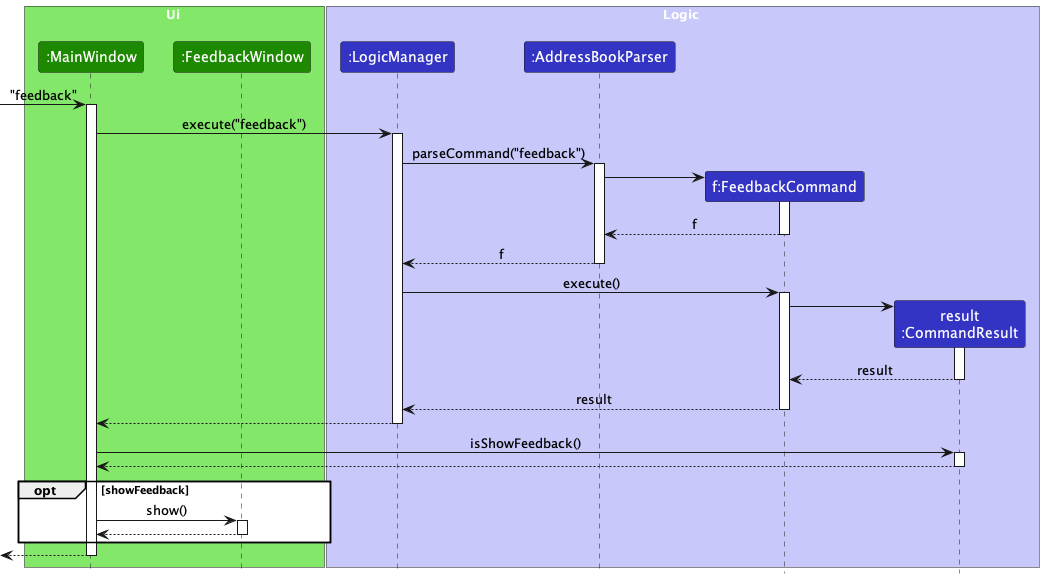
tanteckfang/tp keeps this PlantUML diagram as docs/images/FeedbackSequenceDiagram.png. Above is the earlier version.
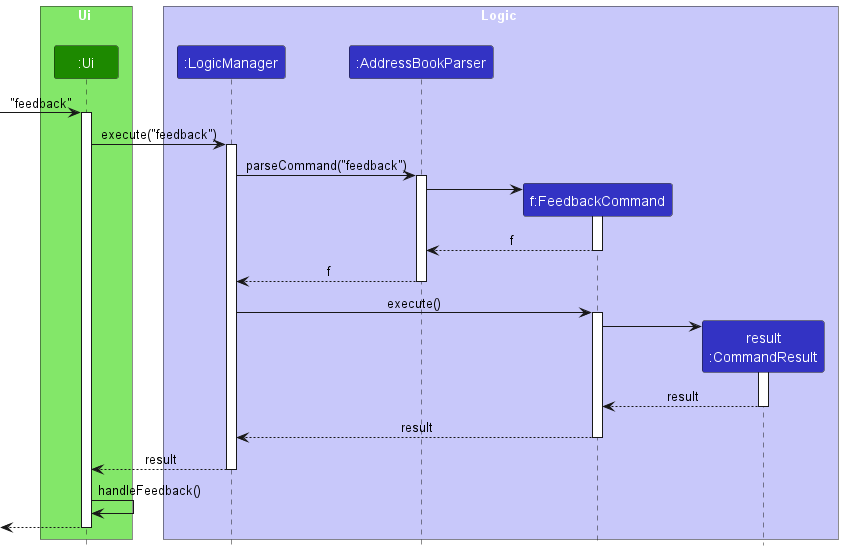
After the change.

What changed in the source:
```diff
@@ -3,8 +3,7 @@
 skinparam ArrowFontStyle plain
 
 box Ui UI_COLOR_T1
-participant ":MainWindow" as MainWindow UI_COLOR
-participant ":FeedbackWindow" as FeedbackWindow UI_COLOR
+participant ":Ui" as Ui UI_COLOR
 end box
 
 box Logic LOGIC_COLOR_T1
@@ -14,10 +13,10 @@
 participant "result\n:CommandResult" as CommandResult LOGIC_COLOR
 end box
 
-[-> MainWindow : "feedback"
-activate MainWindow
+[-> Ui : "feedback"
+activate Ui
 
-MainWindow -> LogicManager : execute("feedback")
+Ui -> LogicManager : execute("feedback")
 activate LogicManager
 
 LogicManager -> AddressBookParser : parseCommand("feedback")
@@ -46,24 +45,12 @@
 FeedbackCommand --> LogicManager : result
 deactivate FeedbackCommand
 
-LogicManager --> MainWindow
+LogicManager --> Ui : result
 deactivate LogicManager
 
-MainWindow -> CommandResult : isShowFeedback()
-activate CommandResult
+Ui -> Ui : handleFeedback()
 
-CommandResult --> MainWindow
-deactivate CommandResult
-
-opt showFeedback
-  MainWindow -> FeedbackWindow : show()
-  activate FeedbackWindow
-
-  FeedbackWindow --> MainWindow
-  deactivate FeedbackWindow
-end
-
-[<--MainWindow
-deactivate MainWindow
+[<--Ui
+deactivate Ui
 
 @enduml
```
